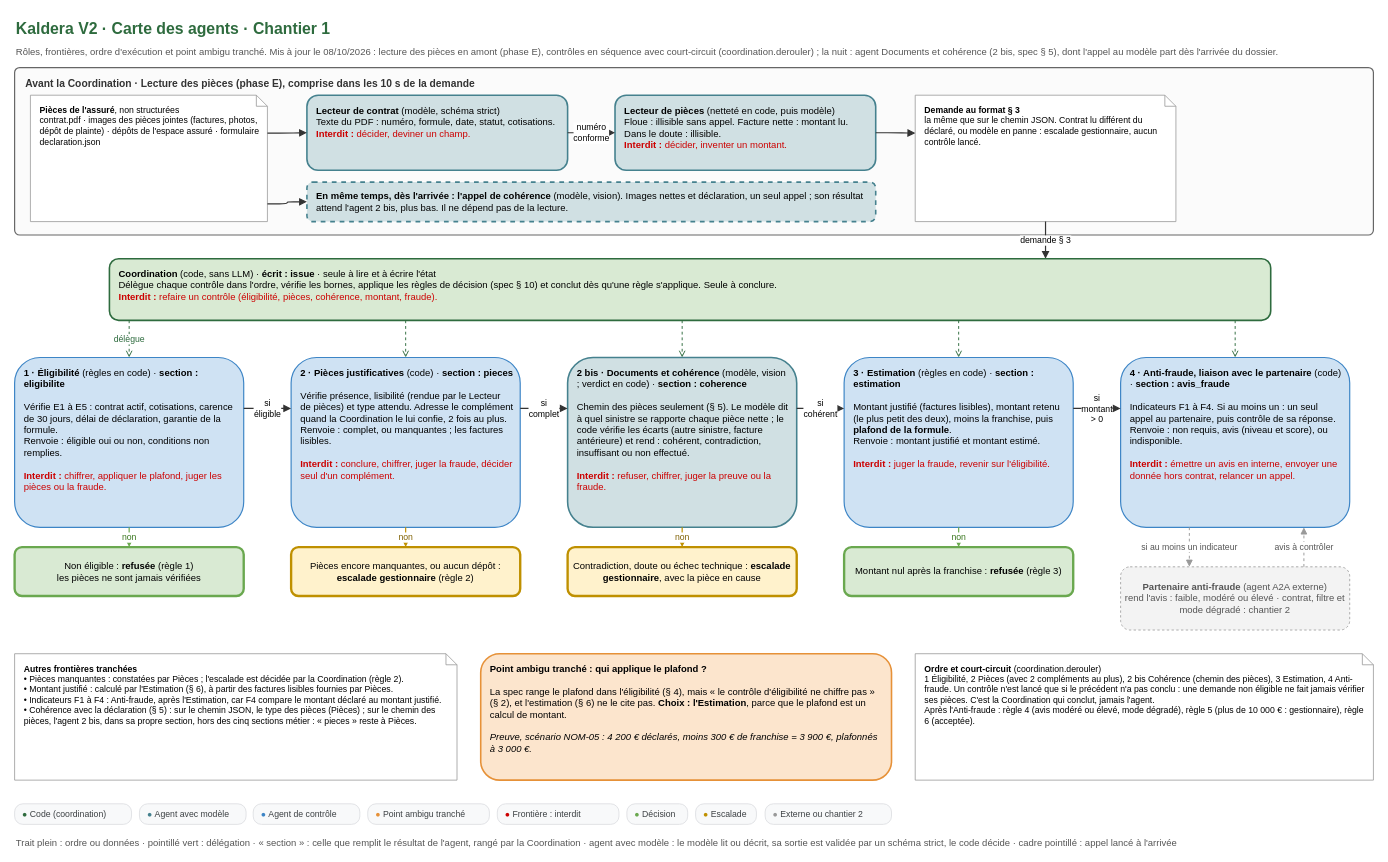
Earlier version of the draw.io diagram conception/schemas/schema-1-carte-des-agents.drawio (Ganda15/kaldera-bout-en-bout_v2). Source tidied: cells renumbered, new cells numbered last; positions are measured from the earlier drawing's top-left corner, leaving out a move shared by most shapes. Both pictures are drawn from the tidied source at 79%, with x=0, y=0 at pixel (14, 13).
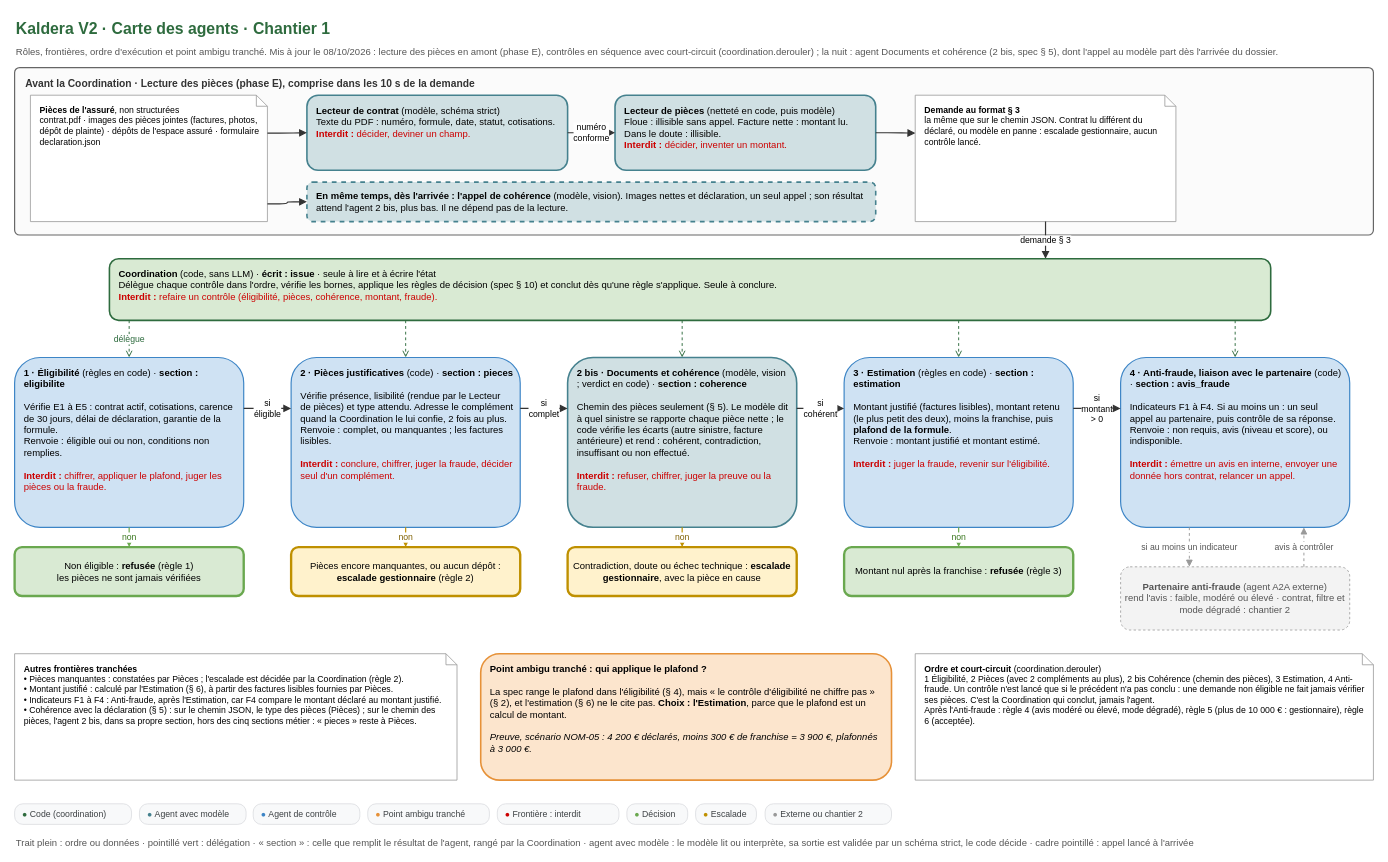
After the change.

Diff of the diagram source:
```diff
@@
-    <mxCell id="52" value="Trait plein : ordre ou données · pointillé vert : délégation · « section » : celle que remplit le résultat de l'agent, rangé par la Coordination · agent avec modèle : le modèle lit ou décrit, sa sortie est validée par un schéma strict, le code décide · cadre pointillé : appel lancé à l'arrivée" style="text;html=1;fontFamily=Arial;fontSize=12;fontColor=#555555;align=left;verticalAlign=top;whiteSpace=wrap;" parent="1" vertex="1">
+    <mxCell id="52" value="Trait plein : ordre ou données · pointillé vert : délégation · « section » : celle que remplit le résultat de l'agent, rangé par la Coordination · agent avec modèle : le modèle lit ou interprète, sa sortie est validée par un schéma strict, le code décide · cadre pointillé : appel lancé à l'arrivée" style="text;html=1;fontFamily=Arial;fontSize=12;fontColor=#555555;align=left;verticalAlign=top;whiteSpace=wrap;" parent="1" vertex="1">
       <mxGeometry y="1036" width="1700" height="20" as="geometry" />
     </mxCell>
```
